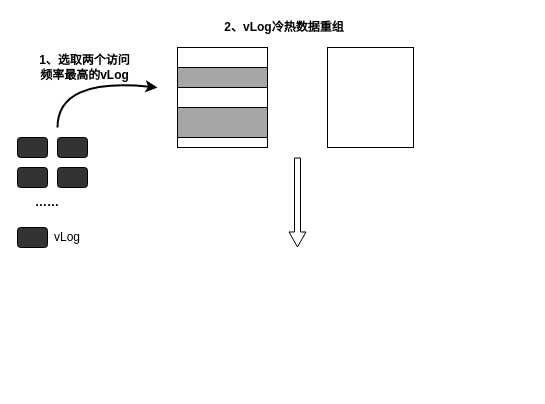
Above: page "第 3 页" (3 of 3) of RabbitKV.drawio in yeqiyi/drawIO (draw.io), before the change. Source tidied: cells renumbered, new cells numbered last; positions are measured from the earlier drawing's top-left corner, leaving out a move shared by most shapes. Both pictures are drawn from the tidied source at 100%, with x=0, y=0 at pixel (17, 17).
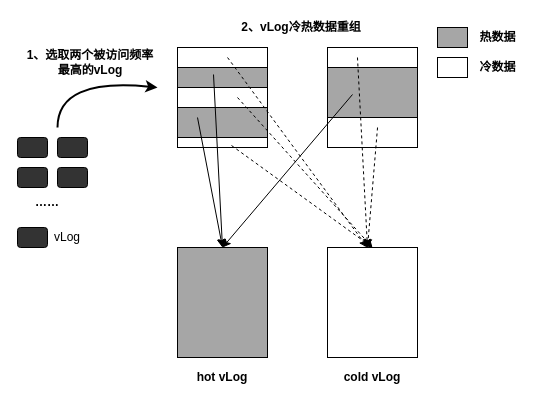
Above is the later version.

Unchanged cells that the change refers to:
```xml
<mxCell id="10" style="rounded=0;whiteSpace=wrap;html=1;" parent="1" vertex="1">
  <mxGeometry x="160" y="30" width="90" height="100" as="geometry" />
</mxCell>
```

What changed in the source:
```diff
@@
-    <mxCell id="9" value="&lt;b&gt;&lt;font style=&quot;font-size: 12px;&quot;&gt;1、选取两个访问频率最高的vLog&lt;/font&gt;&lt;/b&gt;" style="text;html=1;strokeColor=none;fillColor=none;align=center;verticalAlign=middle;whiteSpace=wrap;rounded=0;" parent="1" vertex="1">
-      <mxGeometry x="20" y="30" width="95" height="40" as="geometry" />
+    <mxCell id="9" value="&lt;b&gt;&lt;font style=&quot;font-size: 12px;&quot;&gt;1、选取两个被访问频率最高的vLog&lt;/font&gt;&lt;/b&gt;" style="text;html=1;strokeColor=none;fillColor=none;align=center;verticalAlign=middle;whiteSpace=wrap;rounded=0;" parent="1" vertex="1">
+      <mxGeometry x="8" y="30" width="130" height="30" as="geometry" />
     </mxCell>
@@
     <mxCell id="11" style="rounded=0;whiteSpace=wrap;html=1;" parent="1" vertex="1">
-      <mxGeometry x="310" y="30" width="86" height="100" as="geometry" />
+      <mxGeometry x="310" y="30" width="90" height="100" as="geometry" />
     </mxCell>
@@
-    <mxCell id="13" value="&lt;b&gt;2、vLog冷热数据重组&lt;/b&gt;" style="text;html=1;strokeColor=none;fillColor=none;align=center;verticalAlign=middle;whiteSpace=wrap;rounded=0;" parent="1" vertex="1">
-      <mxGeometry x="200" width="134" height="20" as="geometry" />
+    <mxCell id="13" value="&lt;b style=&quot;border-color: var(--border-color);&quot;&gt;2、vLog冷热数据重组&lt;/b&gt;" style="text;html=1;strokeColor=none;fillColor=none;align=center;verticalAlign=middle;whiteSpace=wrap;rounded=0;" parent="1" vertex="1">
+      <mxGeometry x="217" width="134" height="20" as="geometry" />
     </mxCell>
-    <mxCell id="14" style="shape=flexArrow;endArrow=classic;html=1;rounded=0;width=6;endSize=4.67;endWidth=10;" parent="1" edge="1">
-      <mxGeometry relative="1" as="geometry">
-        <mxPoint x="280" y="140" as="sourcePoint" />
-        <mxPoint x="280" y="230" as="targetPoint" />
-      </mxGeometry>
-    </mxCell>
@@
+    <mxCell id="17" style="rounded=0;whiteSpace=wrap;html=1;fillStyle=auto;fillColor=#A6A6A6;" parent="1" vertex="1">
+      <mxGeometry x="420" y="10" width="30" height="20" as="geometry" />
+    </mxCell>
+    <mxCell id="18" value="&lt;b&gt;热数据&lt;/b&gt;" style="text;html=1;align=center;verticalAlign=middle;strokeColor=none;fillColor=none;" parent="1" vertex="1">
+      <mxGeometry x="450" y="5" width="60" height="30" as="geometry" />
+    </mxCell>
+    <mxCell id="19" style="rounded=0;whiteSpace=wrap;html=1;fillStyle=auto;" parent="1" vertex="1">
+      <mxGeometry x="420" y="40" width="30" height="20" as="geometry" />
+    </mxCell>
+    <mxCell id="20" value="&lt;b&gt;冷数据&lt;/b&gt;" style="text;html=1;align=center;verticalAlign=middle;strokeColor=none;fillColor=none;" parent="1" vertex="1">
+      <mxGeometry x="450" y="35" width="60" height="30" as="geometry" />
+    </mxCell>
+    <mxCell id="21" style="rounded=0;whiteSpace=wrap;html=1;fillStyle=auto;fillColor=#A6A6A6;" parent="1" vertex="1">
+      <mxGeometry x="310" y="50" width="90" height="50" as="geometry" />
+    </mxCell>
+    <mxCell id="22" style="endArrow=classic;html=1;rounded=0;entryX=0.5;entryY=0;entryDx=0;entryDy=0;strokeWidth=1;" parent="1" edge="1" target="23">
+      <mxGeometry relative="1" as="geometry">
+        <mxPoint x="196" y="57" as="sourcePoint" />
+      </mxGeometry>
+    </mxCell>
+    <mxCell id="23" style="rounded=0;whiteSpace=wrap;html=1;fillStyle=auto;fillColor=#A6A6A6;" parent="1" vertex="1">
+      <mxGeometry x="160" y="230" width="90" height="110" as="geometry" />
+    </mxCell>
+    <mxCell id="24" style="endArrow=classic;html=1;rounded=0;entryX=0.5;entryY=0;entryDx=0;entryDy=0;strokeWidth=1;" parent="1" edge="1" target="23">
+      <mxGeometry relative="1" as="geometry">
+        <mxPoint x="180" y="100" as="sourcePoint" />
+      </mxGeometry>
+    </mxCell>
+    <mxCell id="25" style="endArrow=classic;html=1;rounded=0;entryX=0.5;entryY=0;entryDx=0;entryDy=0;strokeWidth=1;" parent="1" edge="1" target="23">
+      <mxGeometry relative="1" as="geometry">
+        <mxPoint x="335" y="77" as="sourcePoint" />
+      </mxGeometry>
+    </mxCell>
+    <mxCell id="26" style="endArrow=classic;html=1;rounded=0;strokeWidth=1;dashed=1;exitX=0.556;exitY=0.1;exitDx=0;exitDy=0;exitPerimeter=0;" parent="1" edge="1" source="10">
+      <mxGeometry relative="1" as="geometry">
+        <mxPoint x="350" y="230" as="targetPoint" />
+      </mxGeometry>
+    </mxCell>
+    <mxCell id="27" style="rounded=0;whiteSpace=wrap;html=1;" parent="1" vertex="1">
+      <mxGeometry x="310" y="230" width="90" height="110" as="geometry" />
+    </mxCell>
+    <mxCell id="28" style="endArrow=classic;html=1;rounded=0;strokeWidth=1;dashed=1;entryX=0.5;entryY=0;entryDx=0;entryDy=0;" parent="1" edge="1" target="27">
+      <mxGeometry relative="1" as="geometry">
+        <mxPoint x="220" y="80" as="sourcePoint" />
+      </mxGeometry>
+    </mxCell>
+    <mxCell id="29" style="endArrow=classic;html=1;rounded=0;strokeWidth=1;dashed=1;entryX=0.5;entryY=0;entryDx=0;entryDy=0;exitX=0.6;exitY=0.98;exitDx=0;exitDy=0;exitPerimeter=0;" parent="1" edge="1" source="10" target="27">
+      <mxGeometry relative="1" as="geometry" />
+    </mxCell>
+    <mxCell id="30" style="endArrow=classic;html=1;rounded=0;strokeWidth=1;dashed=1;exitX=0.556;exitY=0.8;exitDx=0;exitDy=0;exitPerimeter=0;" parent="1" edge="1" source="11">
+      <mxGeometry relative="1" as="geometry">
+        <mxPoint x="350" y="230" as="targetPoint" />
+      </mxGeometry>
+    </mxCell>
+    <mxCell id="31" style="endArrow=classic;html=1;rounded=0;strokeWidth=1;dashed=1;exitX=0.333;exitY=0.1;exitDx=0;exitDy=0;exitPerimeter=0;" parent="1" edge="1" source="11">
+      <mxGeometry relative="1" as="geometry">
+        <mxPoint x="350" y="230" as="targetPoint" />
+      </mxGeometry>
+    </mxCell>
+    <mxCell id="32" value="&lt;b style=&quot;border-color: var(--border-color);&quot;&gt;hot vLog&lt;/b&gt;" style="text;html=1;strokeColor=none;fillColor=none;align=center;verticalAlign=middle;whiteSpace=wrap;rounded=0;" parent="1" vertex="1">
+      <mxGeometry x="138" y="350" width="134" height="20" as="geometry" />
+    </mxCell>
+    <mxCell id="33" value="&lt;b style=&quot;border-color: var(--border-color);&quot;&gt;cold vLog&lt;/b&gt;" style="text;html=1;strokeColor=none;fillColor=none;align=center;verticalAlign=middle;whiteSpace=wrap;rounded=0;" parent="1" vertex="1">
+      <mxGeometry x="288" y="350" width="134" height="20" as="geometry" />
+    </mxCell>
```
